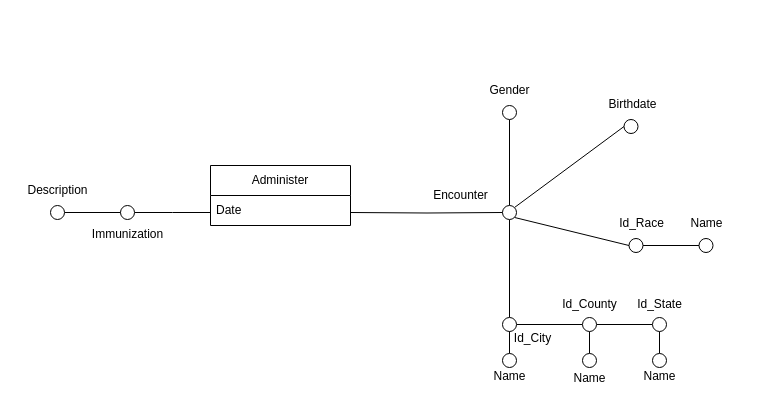
Earlier version of the draw.io diagram Schemi_Di_Fatto/Administer.drawio (MircoPerna99/BigDataManagement_Team). Source tidied: cells renumbered, new cells numbered last; positions are measured from the earlier drawing's top-left corner, leaving out a move shared by most shapes. Both pictures are drawn from the tidied source at 100%, with x=0, y=0 at pixel (17, 75).
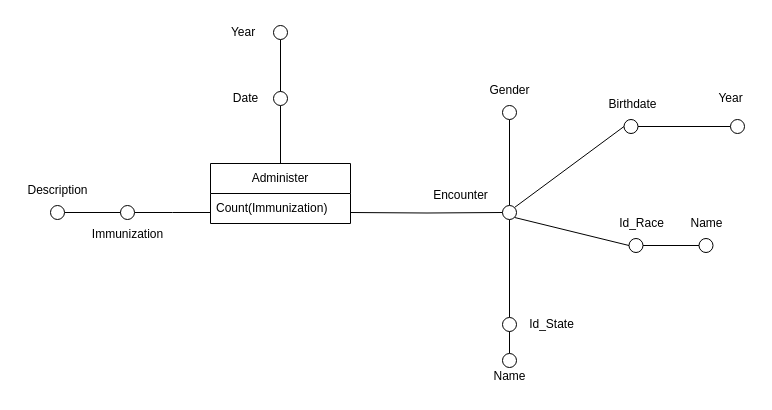
The same diagram, later.

The change refers to these unchanged cells:
```xml
<mxCell id="5" style="ellipse;whiteSpace=wrap;html=1;fillColor=#FFFFFF;" parent="1" vertex="1">
  <mxGeometry x="103" y="130" width="14" height="14" as="geometry" />
</mxCell>
<mxCell id="14" style="ellipse;whiteSpace=wrap;html=1;fillColor=#FFFFFF;" parent="1" vertex="1">
  <mxGeometry x="485" y="130" width="14" height="14" as="geometry" />
</mxCell>
<mxCell id="17" style="ellipse;whiteSpace=wrap;html=1;fillColor=#FFFFFF;" parent="1" vertex="1">
  <mxGeometry x="485" y="242" width="14" height="14" as="geometry" />
</mxCell>
<mxCell id="33" style="ellipse;whiteSpace=wrap;html=1;fillColor=#FFFFFF;" parent="1" vertex="1">
  <mxGeometry x="606.5" y="44" width="14" height="14" as="geometry" />
</mxCell>
```

The edit, as a diff of the source:
```diff
@@
-    <mxCell id="2" value="Administer" style="swimlane;fontStyle=0;horizontal=1;startSize=30;whiteSpace=wrap;html=1;" parent="1" vertex="1">
-      <mxGeometry x="193" y="90" width="140" height="60" as="geometry" />
-    </mxCell>
-    <mxCell id="3" value="Date" style="text;strokeColor=none;fillColor=none;align=left;verticalAlign=middle;spacingLeft=4;spacingRight=4;overflow=hidden;whiteSpace=wrap;html=1;" parent="2" vertex="1">
-      <mxGeometry y="30" width="140" height="30" as="geometry" />
-    </mxCell>
-    <mxCell id="4" style="edgeStyle=orthogonalEdgeStyle;rounded=0;jettySize=auto;html=1;exitX=1;exitY=0.5;exitDx=0;exitDy=0;entryX=0;entryY=0.5;entryDx=0;entryDy=0;endArrow=none;startFill=0;" parent="1" edge="1" source="5">
-      <mxGeometry relative="1" as="geometry">
-        <mxPoint x="193" y="137" as="targetPoint" />
-      </mxGeometry>
-    </mxCell>
+    <mxCell id="43" style="edgeStyle=orthogonalEdgeStyle;rounded=0;orthogonalLoop=1;jettySize=auto;html=1;exitX=0.5;exitY=0;exitDx=0;exitDy=0;endArrow=none;startFill=0;" parent="1" edge="1">
+      <mxGeometry relative="1" as="geometry">
+        <mxPoint x="263" y="90" as="sourcePoint" />
+        <mxPoint x="263" y="30" as="targetPoint" />
+      </mxGeometry>
+    </mxCell>
+    <mxCell id="44" style="edgeStyle=orthogonalEdgeStyle;rounded=0;jettySize=auto;html=1;exitX=1;exitY=0.5;exitDx=0;exitDy=0;entryX=0;entryY=0.5;entryDx=0;entryDy=0;endArrow=none;startFill=0;" parent="1" edge="1" source="5">
+      <mxGeometry relative="1" as="geometry">
+        <mxPoint x="193" y="137" as="targetPoint" />
+      </mxGeometry>
+    </mxCell>
@@
-    <mxCell id="16" style="edgeStyle=orthogonalEdgeStyle;rounded=0;jettySize=auto;html=1;exitX=1;exitY=0.5;exitDx=0;exitDy=0;entryX=0;entryY=0.5;entryDx=0;entryDy=0;endArrow=none;startFill=0;" parent="1" edge="1" source="17" target="24">
-      <mxGeometry relative="1" as="geometry" />
-    </mxCell>
@@
-    <mxCell id="18" value="Id_City" style="text;html=1;align=center;verticalAlign=middle;strokeColor=none;fillColor=none;" parent="1" vertex="1">
-      <mxGeometry x="485" y="248" width="60" height="30" as="geometry" />
-    </mxCell>
@@
-    <mxCell id="22" style="edgeStyle=orthogonalEdgeStyle;rounded=0;jettySize=auto;html=1;exitX=0.5;exitY=1;exitDx=0;exitDy=0;entryX=0.5;entryY=0;entryDx=0;entryDy=0;endArrow=none;startFill=0;" parent="1" edge="1" source="24" target="26">
-      <mxGeometry relative="1" as="geometry" />
-    </mxCell>
-    <mxCell id="23" style="edgeStyle=orthogonalEdgeStyle;rounded=0;jettySize=auto;html=1;exitX=1;exitY=0.5;exitDx=0;exitDy=0;entryX=0;entryY=0.5;entryDx=0;entryDy=0;endArrow=none;startFill=0;" parent="1" edge="1" source="24" target="29">
-      <mxGeometry relative="1" as="geometry" />
-    </mxCell>
-    <mxCell id="24" style="ellipse;whiteSpace=wrap;html=1;fillColor=#FFFFFF;" parent="1" vertex="1">
-      <mxGeometry x="565" y="242" width="14" height="14" as="geometry" />
-    </mxCell>
-    <mxCell id="25" value="Id_County" style="text;html=1;align=center;verticalAlign=middle;strokeColor=none;fillColor=none;" parent="1" vertex="1">
-      <mxGeometry x="532" y="214" width="80" height="30" as="geometry" />
-    </mxCell>
-    <mxCell id="26" style="ellipse;whiteSpace=wrap;html=1;fillColor=#FFFFFF;" parent="1" vertex="1">
-      <mxGeometry x="565" y="278" width="14" height="14" as="geometry" />
-    </mxCell>
-    <mxCell id="27" value="Name" style="text;html=1;align=center;verticalAlign=middle;strokeColor=none;fillColor=none;" parent="1" vertex="1">
-      <mxGeometry x="542" y="288" width="60" height="30" as="geometry" />
-    </mxCell>
-    <mxCell id="28" style="edgeStyle=orthogonalEdgeStyle;rounded=0;jettySize=auto;html=1;exitX=0.5;exitY=1;exitDx=0;exitDy=0;entryX=0.5;entryY=0;entryDx=0;entryDy=0;endArrow=none;startFill=0;" parent="1" edge="1" source="29" target="31">
-      <mxGeometry relative="1" as="geometry" />
-    </mxCell>
-    <mxCell id="29" style="ellipse;whiteSpace=wrap;html=1;fillColor=#FFFFFF;" parent="1" vertex="1">
-      <mxGeometry x="635" y="242" width="14" height="14" as="geometry" />
-    </mxCell>
     <mxCell id="30" value="Id_State" style="text;html=1;align=center;verticalAlign=middle;strokeColor=none;fillColor=none;" parent="1" vertex="1">
-      <mxGeometry x="607" y="214" width="70" height="30" as="geometry" />
+      <mxGeometry x="499" y="234" width="70" height="30" as="geometry" />
     </mxCell>
-    <mxCell id="31" style="ellipse;whiteSpace=wrap;html=1;fillColor=#FFFFFF;" parent="1" vertex="1">
-      <mxGeometry x="635" y="278" width="14" height="14" as="geometry" />
-    </mxCell>
-    <mxCell id="32" value="Name" style="text;html=1;align=center;verticalAlign=middle;strokeColor=none;fillColor=none;" parent="1" vertex="1">
-      <mxGeometry x="612" y="286" width="60" height="30" as="geometry" />
-    </mxCell>
+    <mxCell id="45" style="edgeStyle=orthogonalEdgeStyle;rounded=0;jettySize=auto;html=1;exitX=1;exitY=0.5;exitDx=0;exitDy=0;entryX=0;entryY=0.5;entryDx=0;entryDy=0;endArrow=none;startFill=0;" parent="1" edge="1" source="33" target="51">
+      <mxGeometry relative="1" as="geometry" />
+    </mxCell>
@@
-    <mxCell id="42" style="edgeStyle=orthogonalEdgeStyle;rounded=0;jettySize=auto;html=1;entryX=0;entryY=0.5;entryDx=0;entryDy=0;endArrow=none;startFill=0;" parent="1" edge="1" target="14">
-      <mxGeometry relative="1" as="geometry">
-        <mxPoint x="333" y="137" as="sourcePoint" />
-      </mxGeometry>
-    </mxCell>
+    <mxCell id="46" style="edgeStyle=orthogonalEdgeStyle;rounded=0;jettySize=auto;html=1;entryX=0;entryY=0.5;entryDx=0;entryDy=0;endArrow=none;startFill=0;" parent="1" edge="1" target="14">
+      <mxGeometry relative="1" as="geometry">
+        <mxPoint x="333" y="137" as="sourcePoint" />
+      </mxGeometry>
+    </mxCell>
+    <mxCell id="47" style="ellipse;whiteSpace=wrap;html=1;fillColor=#FFFFFF;" parent="1" vertex="1">
+      <mxGeometry x="256" y="16" width="14" height="14" as="geometry" />
+    </mxCell>
+    <mxCell id="3" value="Date" style="text;html=1;align=center;verticalAlign=middle;strokeColor=none;fillColor=none;" parent="1" vertex="1">
+      <mxGeometry x="203" y="8" width="50" height="30" as="geometry" />
+    </mxCell>
+    <mxCell id="48" style="edgeStyle=orthogonalEdgeStyle;rounded=0;jettySize=auto;html=1;exitX=0.5;exitY=1;exitDx=0;exitDy=0;entryX=0.5;entryY=0;entryDx=0;entryDy=0;endArrow=none;startFill=0;" parent="1" edge="1" source="49" target="47">
+      <mxGeometry relative="1" as="geometry" />
+    </mxCell>
+    <mxCell id="49" style="ellipse;whiteSpace=wrap;html=1;fillColor=#FFFFFF;" parent="1" vertex="1">
+      <mxGeometry x="256" y="-50" width="14" height="14" as="geometry" />
+    </mxCell>
+    <mxCell id="50" value="Year" style="text;strokeColor=none;align=center;fillColor=none;html=1;verticalAlign=middle;whiteSpace=wrap;rounded=0;" parent="1" vertex="1">
+      <mxGeometry x="196" y="-58" width="60" height="30" as="geometry" />
+    </mxCell>
+    <mxCell id="51" style="ellipse;whiteSpace=wrap;html=1;fillColor=#FFFFFF;" parent="1" vertex="1">
+      <mxGeometry x="713" y="44" width="14" height="14" as="geometry" />
+    </mxCell>
+    <mxCell id="52" value="Year" style="text;html=1;align=center;verticalAlign=middle;strokeColor=none;fillColor=none;" parent="1" vertex="1">
+      <mxGeometry x="688" y="8" width="50" height="30" as="geometry" />
+    </mxCell>
+    <mxCell id="2" value="Administer" style="swimlane;fontStyle=0;horizontal=1;startSize=30;whiteSpace=wrap;html=1;" parent="1" vertex="1">
+      <mxGeometry x="193" y="88" width="140" height="60" as="geometry" />
+    </mxCell>
+    <mxCell id="53" value="Count(Immunization)" style="text;strokeColor=none;fillColor=none;align=left;verticalAlign=middle;spacingLeft=4;spacingRight=4;overflow=hidden;whiteSpace=wrap;html=1;" parent="2" vertex="1">
+      <mxGeometry y="30" width="140" height="30" as="geometry" />
+    </mxCell>
```
